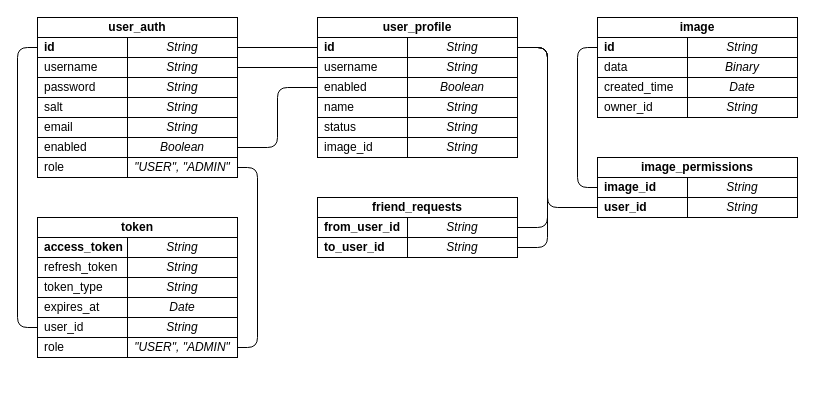
Before: doc/db_schema.drawio in drsanches/photobooth, a draw.io diagram. Source tidied: cells renumbered, new cells numbered last; positions are measured from the earlier drawing's top-left corner, leaving out a move shared by most shapes. Both pictures are drawn from the tidied source at 100%, with x=0, y=0 at pixel (37, 17).
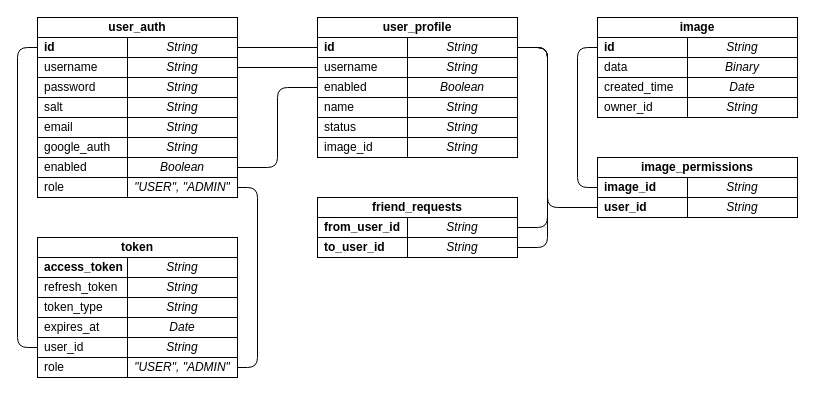
The same page after the edit.

What changed in the source:
```diff
@@
     <mxCell id="15" value="enabled" style="rounded=0;whiteSpace=wrap;html=1;align=left;spacingLeft=5;" parent="1" vertex="1">
-      <mxGeometry y="120" width="90" height="20" as="geometry" />
+      <mxGeometry y="140" width="90" height="20" as="geometry" />
     </mxCell>
@@
     <mxCell id="17" value="Boolean" style="rounded=0;whiteSpace=wrap;html=1;spacingLeft=0;fontStyle=2;" parent="1" vertex="1">
-      <mxGeometry x="90" y="120" width="110" height="20" as="geometry" />
+      <mxGeometry x="90" y="140" width="110" height="20" as="geometry" />
     </mxCell>
     <mxCell id="18" value="role" style="rounded=0;whiteSpace=wrap;html=1;align=left;spacingLeft=5;" parent="1" vertex="1">
-      <mxGeometry y="140" width="90" height="20" as="geometry" />
+      <mxGeometry y="160" width="90" height="20" as="geometry" />
     </mxCell>
     <mxCell id="19" style="edgeStyle=orthogonalEdgeStyle;rounded=1;jettySize=auto;html=1;exitX=1;exitY=0.5;exitDx=0;exitDy=0;entryX=1;entryY=0.5;entryDx=0;entryDy=0;endArrow=none;endFill=0;" parent="1" edge="1" source="20" target="69">
       <mxGeometry relative="1" as="geometry">
         <Array as="points">
-          <mxPoint x="220" y="150" />
-          <mxPoint x="220" y="330" />
+          <mxPoint x="220" y="170" />
+          <mxPoint x="220" y="350" />
         </Array>
       </mxGeometry>
     </mxCell>
     <mxCell id="20" value="&quot;USER&quot;, &quot;ADMIN&quot;" style="rounded=0;whiteSpace=wrap;html=1;spacingLeft=0;fontStyle=2;" parent="1" vertex="1">
-      <mxGeometry x="90" y="140" width="110" height="20" as="geometry" />
+      <mxGeometry x="90" y="160" width="110" height="20" as="geometry" />
     </mxCell>
@@
     <mxCell id="58" value="&lt;b&gt;access_token&lt;/b&gt;" style="rounded=0;whiteSpace=wrap;html=1;align=left;spacingLeft=5;" parent="1" vertex="1">
-      <mxGeometry y="220" width="90" height="20" as="geometry" />
+      <mxGeometry y="240" width="90" height="20" as="geometry" />
     </mxCell>
     <mxCell id="59" value="String" style="rounded=0;whiteSpace=wrap;html=1;spacingLeft=0;fontStyle=2;" parent="1" vertex="1">
-      <mxGeometry x="90" y="220" width="110" height="20" as="geometry" />
+      <mxGeometry x="90" y="240" width="110" height="20" as="geometry" />
     </mxCell>
     <mxCell id="60" value="refresh_token" style="rounded=0;whiteSpace=wrap;html=1;align=left;spacingLeft=5;" parent="1" vertex="1">
-      <mxGeometry y="240" width="90" height="20" as="geometry" />
+      <mxGeometry y="260" width="90" height="20" as="geometry" />
     </mxCell>
     <mxCell id="61" value="String" style="rounded=0;whiteSpace=wrap;html=1;spacingLeft=0;fontStyle=2;" parent="1" vertex="1">
-      <mxGeometry x="90" y="240" width="110" height="20" as="geometry" />
+      <mxGeometry x="90" y="260" width="110" height="20" as="geometry" />
     </mxCell>
     <mxCell id="62" value="token_type" style="rounded=0;whiteSpace=wrap;html=1;align=left;spacingLeft=5;" parent="1" vertex="1">
-      <mxGeometry y="260" width="90" height="20" as="geometry" />
+      <mxGeometry y="280" width="90" height="20" as="geometry" />
     </mxCell>
     <mxCell id="63" value="String" style="rounded=0;whiteSpace=wrap;html=1;spacingLeft=0;fontStyle=2;" parent="1" vertex="1">
-      <mxGeometry x="90" y="260" width="110" height="20" as="geometry" />
+      <mxGeometry x="90" y="280" width="110" height="20" as="geometry" />
     </mxCell>
     <mxCell id="64" value="expires_at" style="rounded=0;whiteSpace=wrap;html=1;align=left;spacingLeft=5;" parent="1" vertex="1">
-      <mxGeometry y="280" width="90" height="20" as="geometry" />
+      <mxGeometry y="300" width="90" height="20" as="geometry" />
     </mxCell>
     <mxCell id="65" value="Date" style="rounded=0;whiteSpace=wrap;html=1;spacingLeft=0;fontStyle=2;" parent="1" vertex="1">
-      <mxGeometry x="90" y="280" width="110" height="20" as="geometry" />
+      <mxGeometry x="90" y="300" width="110" height="20" as="geometry" />
     </mxCell>
     <mxCell id="66" value="user_id" style="rounded=0;whiteSpace=wrap;html=1;align=left;spacingLeft=5;" parent="1" vertex="1">
-      <mxGeometry y="300" width="90" height="20" as="geometry" />
+      <mxGeometry y="320" width="90" height="20" as="geometry" />
     </mxCell>
     <mxCell id="67" value="String" style="rounded=0;whiteSpace=wrap;html=1;spacingLeft=0;fontStyle=2;" parent="1" vertex="1">
-      <mxGeometry x="90" y="300" width="110" height="20" as="geometry" />
+      <mxGeometry x="90" y="320" width="110" height="20" as="geometry" />
     </mxCell>
     <mxCell id="68" value="role" style="rounded=0;whiteSpace=wrap;html=1;align=left;spacingLeft=5;" parent="1" vertex="1">
-      <mxGeometry y="320" width="90" height="20" as="geometry" />
+      <mxGeometry y="340" width="90" height="20" as="geometry" />
     </mxCell>
     <mxCell id="69" value="&quot;USER&quot;, &quot;ADMIN&quot;" style="rounded=0;whiteSpace=wrap;html=1;spacingLeft=0;fontStyle=2;" parent="1" vertex="1">
-      <mxGeometry x="90" y="320" width="110" height="20" as="geometry" />
+      <mxGeometry x="90" y="340" width="110" height="20" as="geometry" />
     </mxCell>
     <mxCell id="70" value="token" style="rounded=0;whiteSpace=wrap;html=1;fontStyle=1;" parent="1" vertex="1">
-      <mxGeometry y="200" width="200" height="20" as="geometry" />
+      <mxGeometry y="220" width="200" height="20" as="geometry" />
     </mxCell>
+    <mxCell id="71" value="google_auth" style="rounded=0;whiteSpace=wrap;html=1;align=left;spacingLeft=5;" parent="1" vertex="1">
+      <mxGeometry y="120" width="90" height="20" as="geometry" />
+    </mxCell>
+    <mxCell id="72" value="String" style="rounded=0;whiteSpace=wrap;html=1;spacingLeft=0;fontStyle=2;" parent="1" vertex="1">
+      <mxGeometry x="90" y="120" width="110" height="20" as="geometry" />
+    </mxCell>
```
